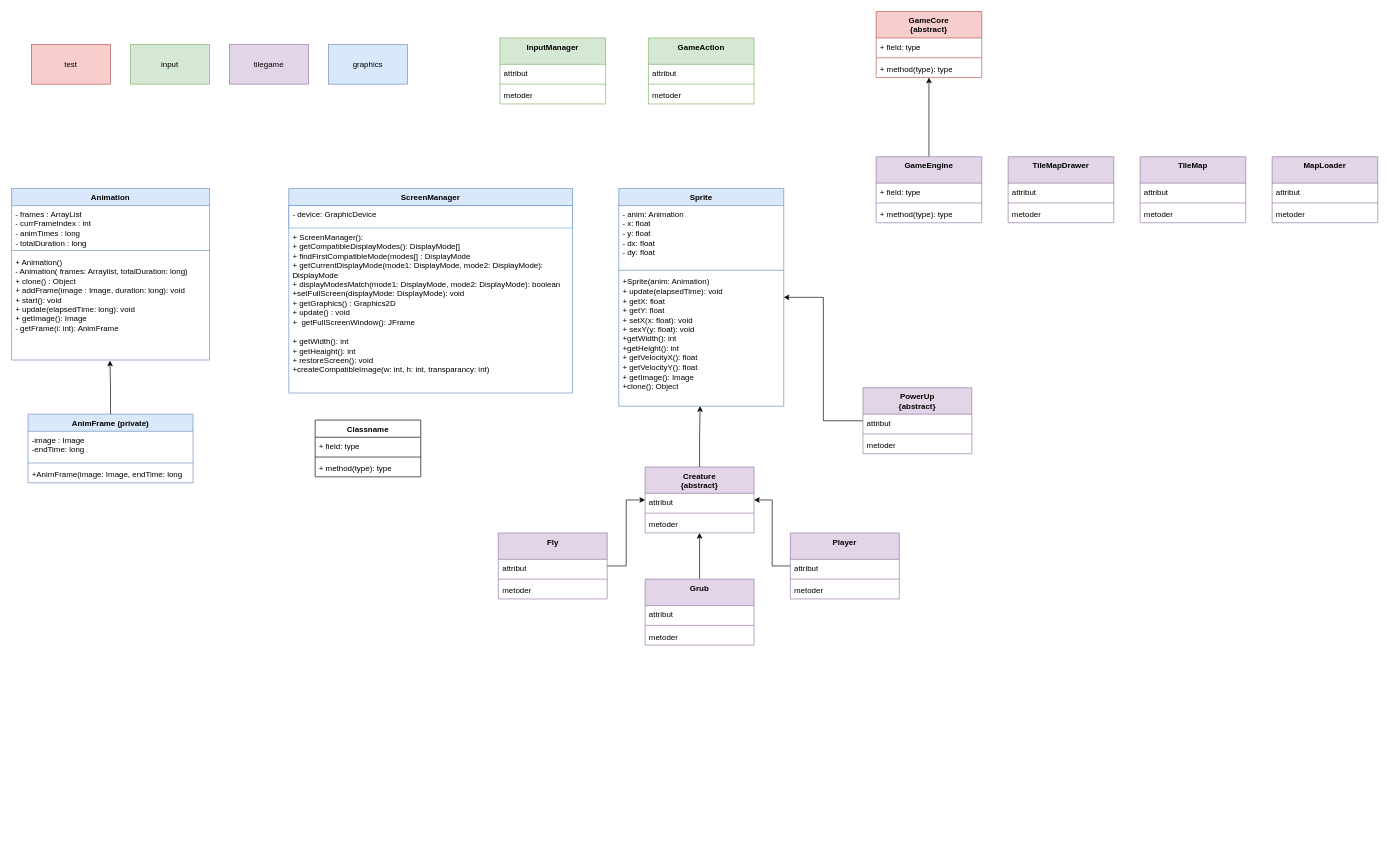
This is 2D SMURFIO GAME UML.drawio from fritjofbakken/Super-Mario-Java-2D-Game, a draw.io file, before an edit. Source tidied: cells renumbered, new cells numbered last; positions are measured from the earlier drawing's top-left corner, leaving out a move shared by most shapes. Both pictures are drawn from the tidied source at 66%, with x=0, y=0 at pixel (11, 11).
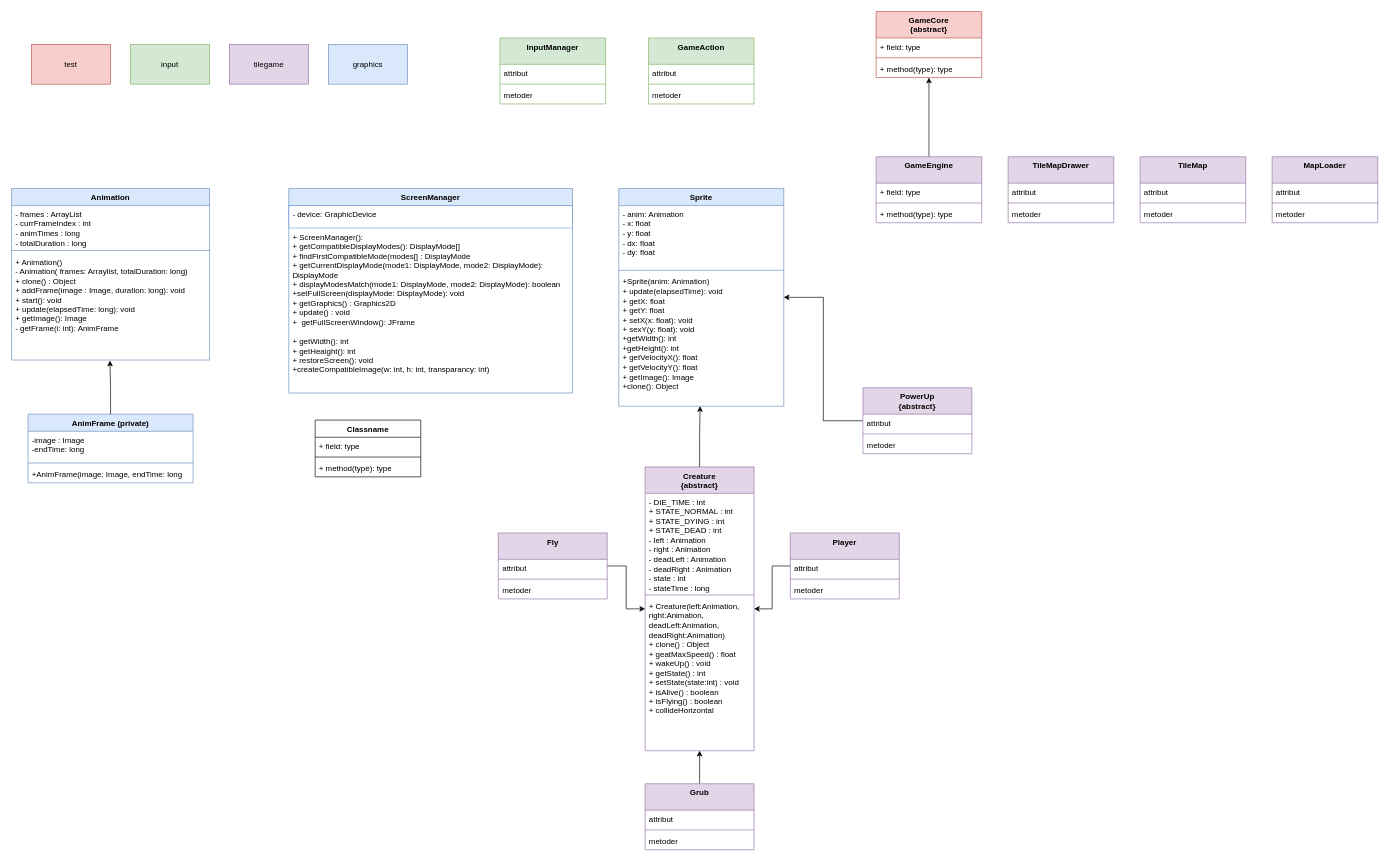
Above is the later version.

Diff of the diagram source:
```diff
@@
     <mxCell id="39" value="&lt;div&gt;Creature&lt;/div&gt;&lt;div&gt;{abstract}&lt;br&gt;&lt;/div&gt;" style="swimlane;fontStyle=1;align=center;verticalAlign=top;horizontal=1;startSize=40;whiteSpace=wrap;html=1;fillColor=#e1d5e7;strokeColor=#9673a6;" parent="1" vertex="1">
-      <mxGeometry x="960" y="690" width="165" height="100" as="geometry" />
+      <mxGeometry x="960" y="690" width="165" height="430" as="geometry" />
     </mxCell>
-    <mxCell id="40" value="attribut" style="text;strokeColor=none;fillColor=none;align=left;verticalAlign=top;spacingLeft=4;spacingRight=4;overflow=hidden;whiteSpace=wrap;html=1;" parent="39" vertex="1">
-      <mxGeometry y="40" width="165" height="26" as="geometry" />
+    <mxCell id="40" value="- DIE_TIME : int&lt;br&gt;+ STATE_NORMAL : int&lt;br&gt;+ STATE_DYING : int&lt;br&gt;+ STATE_DEAD : int&lt;br&gt;- left : Animation&lt;br&gt;- right : Animation&lt;br&gt;- deadLeft : Animation&lt;br&gt;- deadRight : Animation&lt;br&gt;- state : int&lt;br&gt;- stateTime : long" style="text;strokeColor=none;fillColor=none;align=left;verticalAlign=top;spacingLeft=4;spacingRight=4;overflow=hidden;whiteSpace=wrap;html=1;" parent="39" vertex="1">
+      <mxGeometry y="40" width="165" height="150" as="geometry" />
     </mxCell>
     <mxCell id="41" style="line;strokeWidth=1;fillColor=none;align=left;verticalAlign=middle;spacingTop=-1;spacingLeft=3;spacingRight=3;labelPosition=right;strokeColor=inherit;" parent="39" vertex="1">
-      <mxGeometry y="66" width="165" height="8" as="geometry" />
+      <mxGeometry y="190" width="165" height="8" as="geometry" />
     </mxCell>
-    <mxCell id="42" value="metoder" style="text;strokeColor=none;fillColor=none;align=left;verticalAlign=top;spacingLeft=4;spacingRight=4;overflow=hidden;whiteSpace=wrap;html=1;" parent="39" vertex="1">
-      <mxGeometry y="74" width="165" height="26" as="geometry" />
+    <mxCell id="42" value="+ Creature(left:Animation, right:Animation, deadLeft:Animation, deadRight:Animation)&lt;br&gt;+ clone() : Object&lt;br&gt;+ geatMaxSpeed() : float&lt;br&gt;+ wakeUp() : void&lt;br&gt;+ getState() : int&lt;br&gt;+ setState(state:int) : void&lt;br&gt;+ isAlive() : boolean&lt;br&gt;+ isFlying() : boolean&lt;br&gt;+ collideHorizontal&lt;br&gt;" style="text;strokeColor=none;fillColor=none;align=left;verticalAlign=top;spacingLeft=4;spacingRight=4;overflow=hidden;whiteSpace=wrap;html=1;" parent="39" vertex="1">
+      <mxGeometry y="198" width="165" height="232" as="geometry" />
     </mxCell>
@@
     <mxCell id="50" value="Grub" style="swimlane;fontStyle=1;align=center;verticalAlign=top;horizontal=1;startSize=40;whiteSpace=wrap;html=1;fillColor=#e1d5e7;strokeColor=#9673a6;" parent="1" vertex="1">
-      <mxGeometry x="960" y="860" width="165" height="100" as="geometry" />
+      <mxGeometry x="960" y="1170" width="165" height="100" as="geometry" />
     </mxCell>
```
